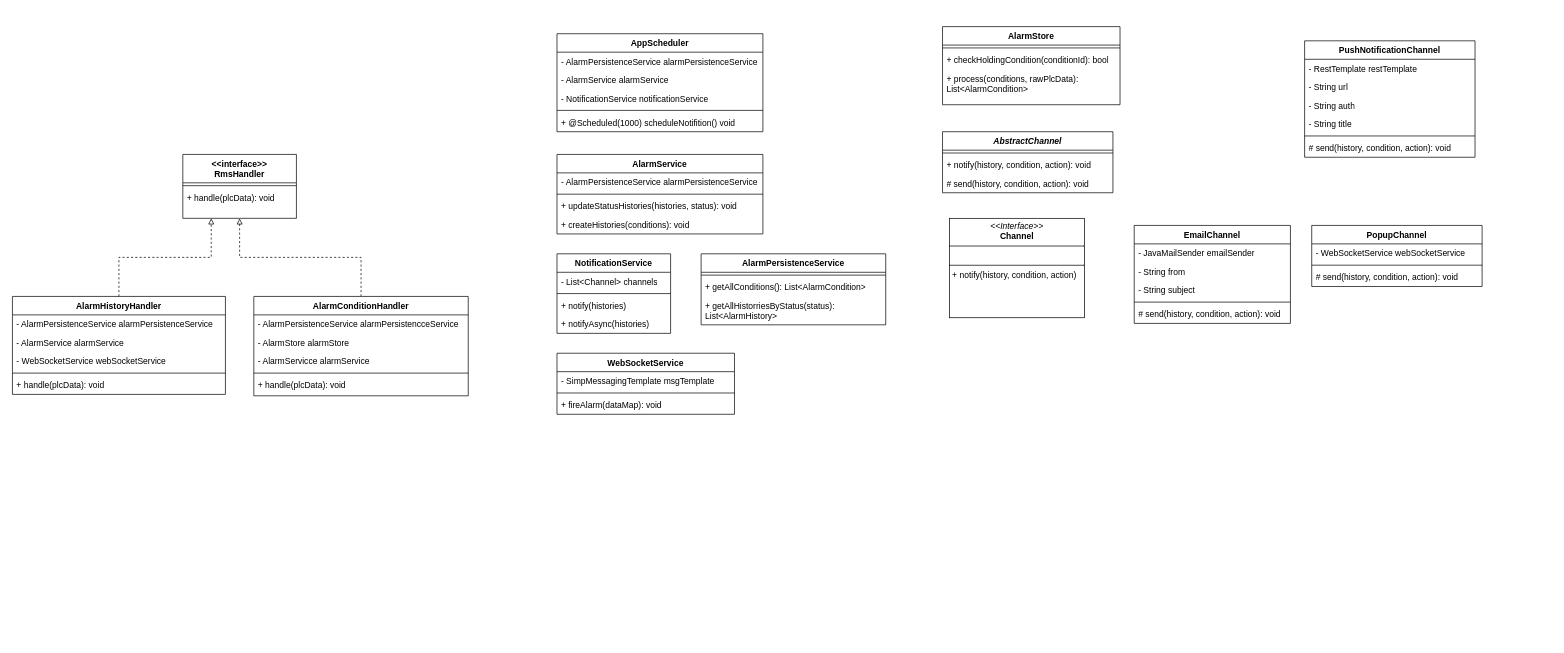
f-pms/Document keeps this draw.io diagram as Report7/SDD/Alarm/class-T3-22.drawio. Above is the earlier version. Source tidied: cells renumbered, new cells numbered last; positions are measured from the earlier drawing's top-left corner, leaving out a move shared by most shapes. Both pictures are drawn from the tidied source at 71%, with x=0, y=0 at pixel (12, 26).
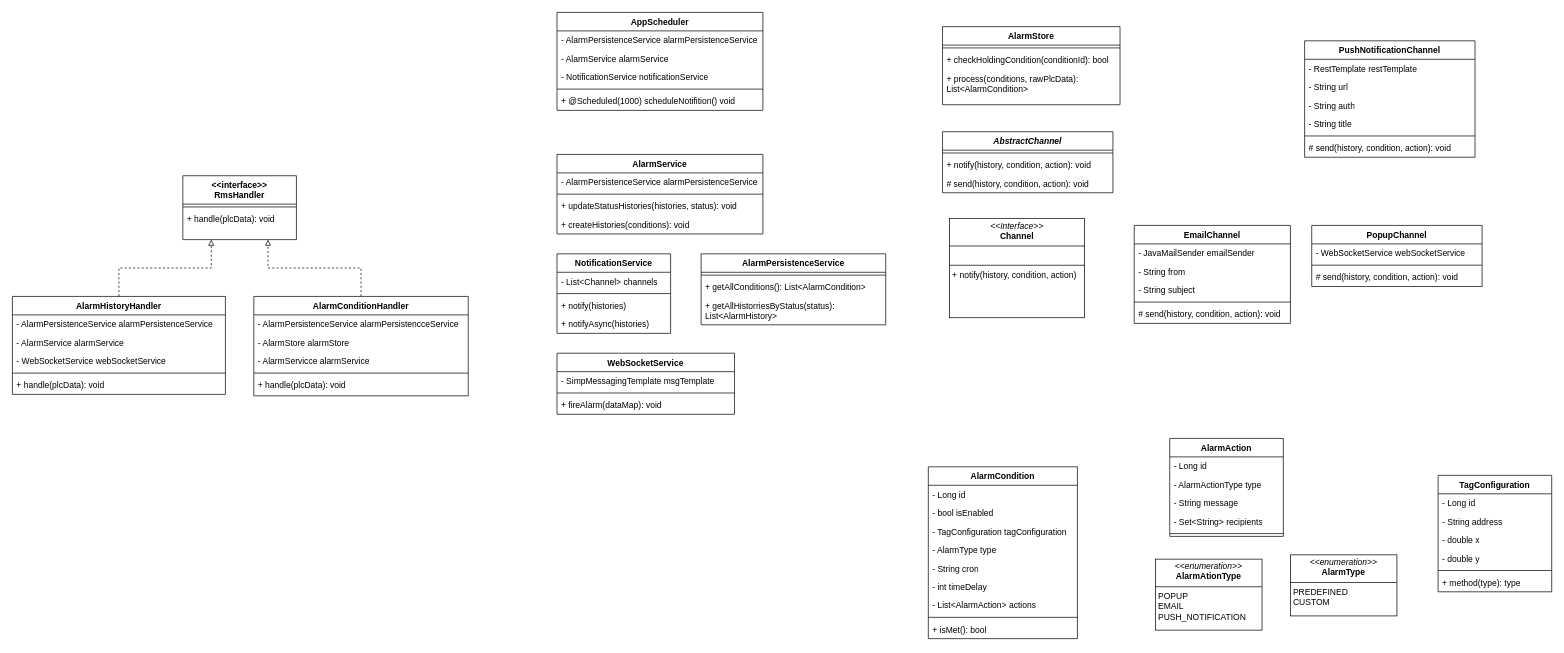
Above is the later version.

The change refers to these unchanged cells:
```xml
<mxCell id="13" value="AlarmConditionHandler" style="swimlane;fontStyle=1;align=center;verticalAlign=top;horizontal=1;startSize=26;rounded=0;shadow=0;strokeWidth=1;" parent="1" vertex="1">
  <mxGeometry x="340" y="380" width="302" height="140" as="geometry" />
</mxCell>
```

The edit, as a diff of the source:
```diff
@@
     <mxCell id="9" value="&lt;&lt;interface&gt;&gt;&#10;RmsHandler" style="swimlane;fontStyle=1;align=center;verticalAlign=top;horizontal=1;startSize=40;rounded=0;shadow=0;strokeWidth=1;" parent="1" vertex="1">
-      <mxGeometry x="240" y="180" width="160" height="90" as="geometry" />
+      <mxGeometry x="240" y="210" width="160" height="90" as="geometry" />
     </mxCell>
@@
-    <mxCell id="12" style="edgeStyle=orthogonalEdgeStyle;rounded=0;jettySize=auto;html=1;entryX=0.5;entryY=1;entryDx=0;entryDy=0;endArrow=block;endFill=0;dashed=1;" parent="1" edge="1" source="13" target="9">
+    <mxCell id="12" style="edgeStyle=orthogonalEdgeStyle;rounded=0;jettySize=auto;html=1;entryX=0.75;entryY=1;entryDx=0;entryDy=0;endArrow=block;endFill=0;dashed=1;" parent="1" edge="1" source="13" target="9">
       <mxGeometry relative="1" as="geometry" />
     </mxCell>
@@
     <mxCell id="19" value="AppScheduler" style="swimlane;fontStyle=1;align=center;verticalAlign=top;horizontal=1;startSize=26;whiteSpace=wrap;html=1;" parent="1" vertex="1">
-      <mxGeometry x="767" y="10" width="290" height="138" as="geometry" />
+      <mxGeometry x="767" y="-20" width="290" height="138" as="geometry" />
     </mxCell>
@@
+    <mxCell id="69" value="AlarmCondition" style="swimlane;fontStyle=1;align=center;verticalAlign=top;horizontal=1;startSize=26;whiteSpace=wrap;html=1;" parent="1" vertex="1">
+      <mxGeometry x="1290" y="620" width="210" height="242" as="geometry" />
+    </mxCell>
+    <mxCell id="70" value="- Long id" style="text;strokeColor=none;fillColor=none;align=left;verticalAlign=top;spacingLeft=4;spacingRight=4;overflow=hidden;whiteSpace=wrap;html=1;" parent="69" vertex="1">
+      <mxGeometry y="26" width="210" height="26" as="geometry" />
+    </mxCell>
+    <mxCell id="71" value="- bool isEnabled" style="text;strokeColor=none;fillColor=none;align=left;verticalAlign=top;spacingLeft=4;spacingRight=4;overflow=hidden;whiteSpace=wrap;html=1;" parent="69" vertex="1">
+      <mxGeometry y="52" width="210" height="26" as="geometry" />
+    </mxCell>
+    <mxCell id="72" value="- TagConfiguration tagConfiguration&amp;nbsp;" style="text;strokeColor=none;fillColor=none;align=left;verticalAlign=top;spacingLeft=4;spacingRight=4;overflow=hidden;whiteSpace=wrap;html=1;" parent="69" vertex="1">
+      <mxGeometry y="78" width="210" height="26" as="geometry" />
+    </mxCell>
+    <mxCell id="73" value="- AlarmType type" style="text;strokeColor=none;fillColor=none;align=left;verticalAlign=top;spacingLeft=4;spacingRight=4;overflow=hidden;whiteSpace=wrap;html=1;" parent="69" vertex="1">
+      <mxGeometry y="104" width="210" height="26" as="geometry" />
+    </mxCell>
+    <mxCell id="74" value="- String cron" style="text;strokeColor=none;fillColor=none;align=left;verticalAlign=top;spacingLeft=4;spacingRight=4;overflow=hidden;whiteSpace=wrap;html=1;" parent="69" vertex="1">
+      <mxGeometry y="130" width="210" height="26" as="geometry" />
+    </mxCell>
+    <mxCell id="75" value="- int timeDelay" style="text;strokeColor=none;fillColor=none;align=left;verticalAlign=top;spacingLeft=4;spacingRight=4;overflow=hidden;whiteSpace=wrap;html=1;" parent="69" vertex="1">
+      <mxGeometry y="156" width="210" height="26" as="geometry" />
+    </mxCell>
+    <mxCell id="76" value="- List&amp;lt;AlarmAction&amp;gt; actions&lt;div&gt;&lt;br&gt;&lt;/div&gt;" style="text;strokeColor=none;fillColor=none;align=left;verticalAlign=top;spacingLeft=4;spacingRight=4;overflow=hidden;whiteSpace=wrap;html=1;" parent="69" vertex="1">
+      <mxGeometry y="182" width="210" height="26" as="geometry" />
+    </mxCell>
+    <mxCell id="77" style="line;strokeWidth=1;fillColor=none;align=left;verticalAlign=middle;spacingTop=-1;spacingLeft=3;spacingRight=3;labelPosition=right;strokeColor=inherit;" parent="69" vertex="1">
+      <mxGeometry y="208" width="210" height="8" as="geometry" />
+    </mxCell>
+    <mxCell id="78" value="+ isMet(): bool" style="text;strokeColor=none;fillColor=none;align=left;verticalAlign=top;spacingLeft=4;spacingRight=4;overflow=hidden;whiteSpace=wrap;html=1;" parent="69" vertex="1">
+      <mxGeometry y="216" width="210" height="26" as="geometry" />
+    </mxCell>
+    <mxCell id="79" value="AlarmAction" style="swimlane;fontStyle=1;align=center;verticalAlign=top;horizontal=1;startSize=26;whiteSpace=wrap;html=1;" parent="1" vertex="1">
+      <mxGeometry x="1630" y="580" width="160" height="138" as="geometry" />
+    </mxCell>
+    <mxCell id="80" value="- Long id" style="text;strokeColor=none;fillColor=none;align=left;verticalAlign=top;spacingLeft=4;spacingRight=4;overflow=hidden;whiteSpace=wrap;html=1;" parent="79" vertex="1">
+      <mxGeometry y="26" width="160" height="26" as="geometry" />
+    </mxCell>
+    <mxCell id="81" value="- AlarmActionType type" style="text;strokeColor=none;fillColor=none;align=left;verticalAlign=top;spacingLeft=4;spacingRight=4;overflow=hidden;whiteSpace=wrap;html=1;" parent="79" vertex="1">
+      <mxGeometry y="52" width="160" height="26" as="geometry" />
+    </mxCell>
+    <mxCell id="82" value="- String message" style="text;strokeColor=none;fillColor=none;align=left;verticalAlign=top;spacingLeft=4;spacingRight=4;overflow=hidden;whiteSpace=wrap;html=1;" parent="79" vertex="1">
+      <mxGeometry y="78" width="160" height="26" as="geometry" />
+    </mxCell>
+    <mxCell id="83" value="- Set&amp;lt;String&amp;gt; recipients" style="text;strokeColor=none;fillColor=none;align=left;verticalAlign=top;spacingLeft=4;spacingRight=4;overflow=hidden;whiteSpace=wrap;html=1;" parent="79" vertex="1">
+      <mxGeometry y="104" width="160" height="26" as="geometry" />
+    </mxCell>
+    <mxCell id="84" style="line;strokeWidth=1;fillColor=none;align=left;verticalAlign=middle;spacingTop=-1;spacingLeft=3;spacingRight=3;labelPosition=right;strokeColor=inherit;" parent="79" vertex="1">
+      <mxGeometry y="130" width="160" height="8" as="geometry" />
+    </mxCell>
+    <mxCell id="85" value="&lt;p style=&quot;margin:0px;margin-top:4px;text-align:center;&quot;&gt;&lt;i&gt;&amp;lt;&amp;lt;enumeration&amp;gt;&amp;gt;&lt;/i&gt;&lt;br&gt;&lt;b&gt;AlarmAtionType&lt;/b&gt;&lt;/p&gt;&lt;hr size=&quot;1&quot; style=&quot;border-style:solid;&quot;&gt;&lt;p style=&quot;margin:0px;margin-left:4px;&quot;&gt;POPUP&lt;br&gt;&lt;/p&gt;&lt;p style=&quot;margin:0px;margin-left:4px;&quot;&gt;EMAIL&lt;/p&gt;&lt;p style=&quot;margin:0px;margin-left:4px;&quot;&gt;PUSH_NOTIFICATION&lt;/p&gt;" style="verticalAlign=top;align=left;overflow=fill;html=1;whiteSpace=wrap;" parent="1" vertex="1">
+      <mxGeometry x="1610" y="750" width="150" height="100" as="geometry" />
+    </mxCell>
+    <mxCell id="86" value="&lt;p style=&quot;margin:0px;margin-top:4px;text-align:center;&quot;&gt;&lt;i&gt;&amp;lt;&amp;lt;enumeration&amp;gt;&amp;gt;&lt;/i&gt;&lt;br&gt;&lt;b&gt;AlarmType&lt;/b&gt;&lt;/p&gt;&lt;hr size=&quot;1&quot; style=&quot;border-style:solid;&quot;&gt;&lt;p style=&quot;margin:0px;margin-left:4px;&quot;&gt;PREDEFINED&lt;/p&gt;&lt;p style=&quot;margin:0px;margin-left:4px;&quot;&gt;CUSTOM&lt;/p&gt;" style="verticalAlign=top;align=left;overflow=fill;html=1;whiteSpace=wrap;" parent="1" vertex="1">
+      <mxGeometry x="1800" y="744" width="150" height="86" as="geometry" />
+    </mxCell>
+    <mxCell id="87" value="TagConfiguration" style="swimlane;fontStyle=1;align=center;verticalAlign=top;horizontal=1;startSize=26;whiteSpace=wrap;html=1;" parent="1" vertex="1">
+      <mxGeometry x="2008" y="632" width="160" height="164" as="geometry" />
+    </mxCell>
+    <mxCell id="88" value="- Long id&amp;nbsp;" style="text;strokeColor=none;fillColor=none;align=left;verticalAlign=top;spacingLeft=4;spacingRight=4;overflow=hidden;whiteSpace=wrap;html=1;" parent="87" vertex="1">
+      <mxGeometry y="26" width="160" height="26" as="geometry" />
+    </mxCell>
+    <mxCell id="89" value="- String address" style="text;strokeColor=none;fillColor=none;align=left;verticalAlign=top;spacingLeft=4;spacingRight=4;overflow=hidden;whiteSpace=wrap;html=1;" parent="87" vertex="1">
+      <mxGeometry y="52" width="160" height="26" as="geometry" />
+    </mxCell>
+    <mxCell id="90" value="- double x" style="text;strokeColor=none;fillColor=none;align=left;verticalAlign=top;spacingLeft=4;spacingRight=4;overflow=hidden;whiteSpace=wrap;html=1;" parent="87" vertex="1">
+      <mxGeometry y="78" width="160" height="26" as="geometry" />
+    </mxCell>
+    <mxCell id="91" value="- double y" style="text;strokeColor=none;fillColor=none;align=left;verticalAlign=top;spacingLeft=4;spacingRight=4;overflow=hidden;whiteSpace=wrap;html=1;" parent="87" vertex="1">
+      <mxGeometry y="104" width="160" height="26" as="geometry" />
+    </mxCell>
+    <mxCell id="92" style="line;strokeWidth=1;fillColor=none;align=left;verticalAlign=middle;spacingTop=-1;spacingLeft=3;spacingRight=3;labelPosition=right;strokeColor=inherit;" parent="87" vertex="1">
+      <mxGeometry y="130" width="160" height="8" as="geometry" />
+    </mxCell>
+    <mxCell id="93" value="+ method(type): type" style="text;strokeColor=none;fillColor=none;align=left;verticalAlign=top;spacingLeft=4;spacingRight=4;overflow=hidden;whiteSpace=wrap;html=1;" parent="87" vertex="1">
+      <mxGeometry y="138" width="160" height="26" as="geometry" />
+    </mxCell>
```
